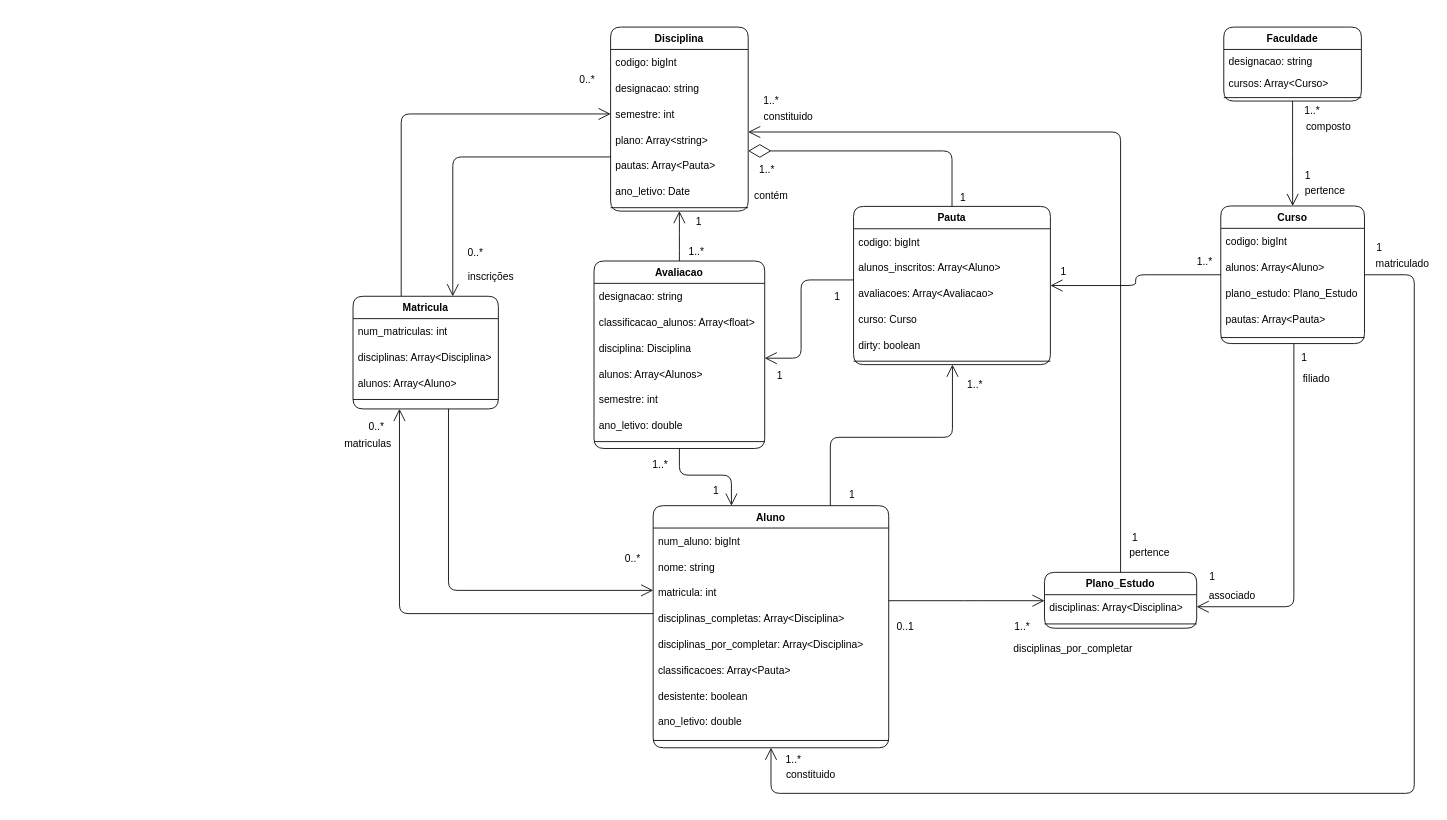
ruimpcastro/pweb2022 keeps this draw.io diagram as page "Domain" (1 of 2) of Docs/Diagrams.drawio. Above is the earlier version. Source tidied: cells renumbered, new cells numbered last; positions are measured from the earlier drawing's top-left corner, leaving out a move shared by most shapes. Both pictures are drawn from the tidied source at 86%, with x=0, y=0 at pixel (339, 27).
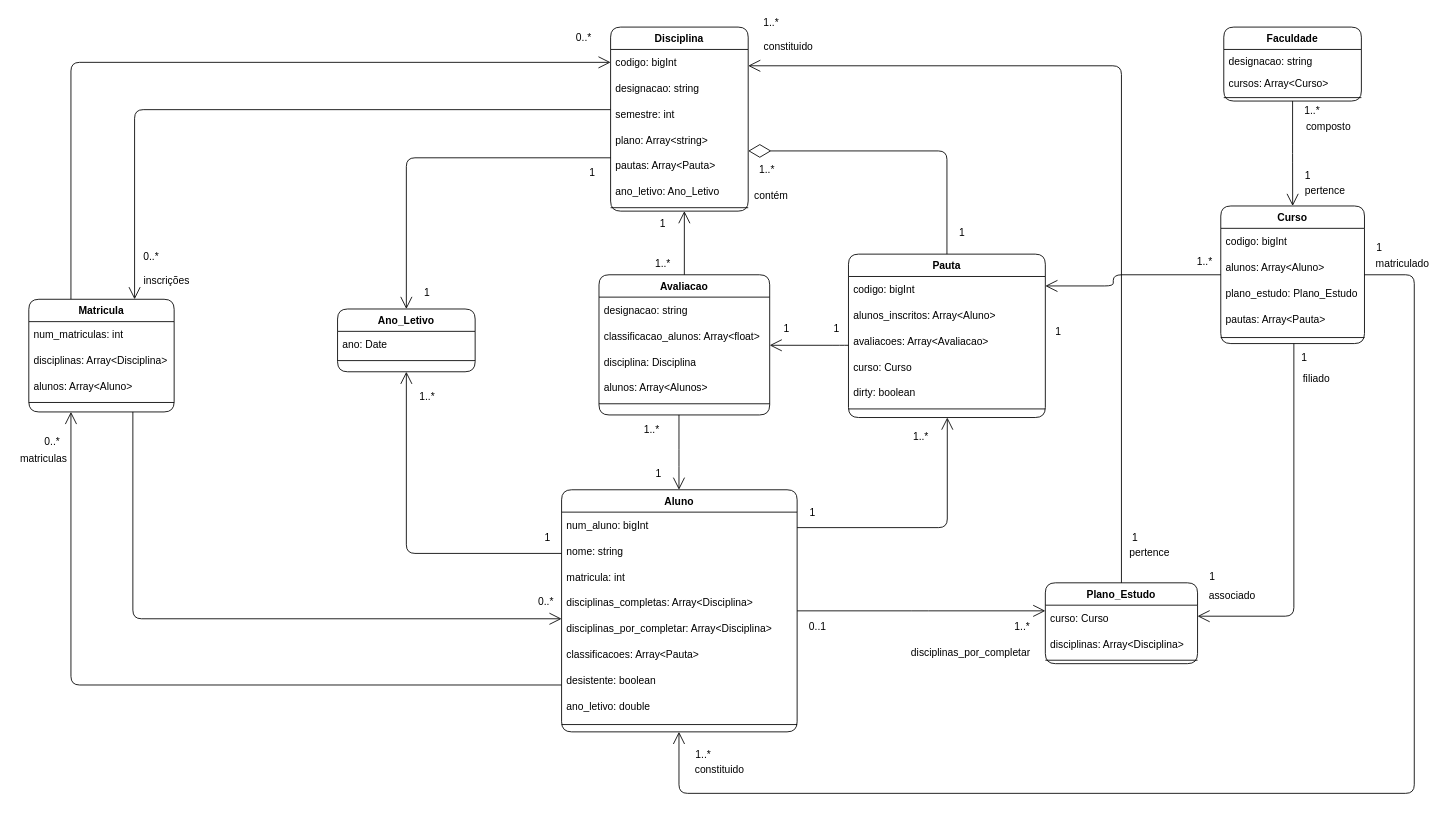
The same diagram, later.

Unchanged cells that the change refers to:
```xml
<mxCell id="12" value="Disciplina" style="swimlane;fontStyle=1;align=center;verticalAlign=top;horizontal=1;startSize=26;shadow=0;strokeWidth=1;rounded=1;" parent="1" vertex="1">
  <mxGeometry x="315.5" width="160" height="214" as="geometry" />
</mxCell>
<mxCell id="20" value="Curso" style="swimlane;fontStyle=1;align=center;verticalAlign=top;horizontal=1;startSize=26;shadow=0;strokeWidth=1;rounded=1;" parent="1" vertex="1">
  <mxGeometry x="1025" y="208" width="167.1" height="160" as="geometry" />
</mxCell>
```

The edit, as a diff of the source:
```diff
@@
     <mxCell id="2" value="Aluno" style="swimlane;fontStyle=1;align=center;verticalAlign=top;horizontal=1;startSize=26;shadow=0;strokeWidth=1;rounded=1;" parent="1" vertex="1">
-      <mxGeometry x="365" y="556.5" width="273.9" height="281.5" as="geometry" />
+      <mxGeometry x="258.5" y="538" width="273.9" height="281.5" as="geometry" />
     </mxCell>
@@
-    <mxCell id="18" value="ano_letivo: Date" style="text;strokeColor=none;fillColor=none;align=left;verticalAlign=middle;spacingLeft=4;spacingRight=4;overflow=hidden;rounded=1;" parent="12" vertex="1">
-      <mxGeometry y="176" width="160" height="30" as="geometry" />
-    </mxCell>
+    <mxCell id="106" value="ano_letivo: Ano_Letivo" style="text;strokeColor=none;fillColor=none;align=left;verticalAlign=middle;spacingLeft=4;spacingRight=4;overflow=hidden;rounded=1;" parent="12" vertex="1">
+      <mxGeometry y="176" width="160" height="30" as="geometry" />
+    </mxCell>
@@
     <mxCell id="26" value="Plano_Estudo" style="swimlane;fontStyle=1;align=center;verticalAlign=top;horizontal=1;startSize=26;shadow=0;strokeWidth=1;rounded=1;" parent="1" vertex="1">
-      <mxGeometry x="820" y="634" width="177" height="65" as="geometry" />
+      <mxGeometry x="821" y="646.2" width="177" height="94" as="geometry" />
     </mxCell>
+    <mxCell id="107" value="curso: Curso" style="text;strokeColor=none;fillColor=none;align=left;verticalAlign=middle;spacingLeft=4;spacingRight=4;overflow=hidden;rounded=1;" parent="26" vertex="1">
+      <mxGeometry y="26" width="177" height="30" as="geometry" />
+    </mxCell>
     <mxCell id="27" value="disciplinas: Array&lt;Disciplina&gt;" style="text;strokeColor=none;fillColor=none;align=left;verticalAlign=middle;spacingLeft=4;spacingRight=4;overflow=hidden;rounded=1;" parent="26" vertex="1">
-      <mxGeometry y="26" width="177" height="30" as="geometry" />
+      <mxGeometry y="56" width="177" height="30" as="geometry" />
     </mxCell>
     <mxCell id="28" style="line;html=1;strokeWidth=1;align=left;verticalAlign=middle;spacingTop=-1;spacingLeft=3;spacingRight=3;labelPosition=right;rounded=1;" parent="26" vertex="1">
-      <mxGeometry y="56" width="177" height="8" as="geometry" />
+      <mxGeometry y="86" width="177" height="8" as="geometry" />
     </mxCell>
     <mxCell id="29" style="endArrow=open;endFill=1;endSize=12;html=1;edgeStyle=orthogonalEdgeStyle;" parent="1" edge="1" source="26" target="12">
       <mxGeometry relative="1" as="geometry">
         <Array as="points">
-          <mxPoint x="908" y="122" />
+          <mxPoint x="909" y="45" />
         </Array>
       </mxGeometry>
     </mxCell>
     <mxCell id="30" style="endArrow=open;endFill=1;endSize=12;html=1;edgeStyle=orthogonalEdgeStyle;" parent="1" edge="1" source="20" target="26">
       <mxGeometry relative="1" as="geometry">
         <Array as="points">
-          <mxPoint x="1110" y="674" />
+          <mxPoint x="1110" y="685" />
         </Array>
       </mxGeometry>
     </mxCell>
     <mxCell id="31" value="Pauta" style="swimlane;fontStyle=1;align=center;verticalAlign=top;horizontal=1;startSize=26;shadow=0;strokeWidth=1;rounded=1;" parent="1" vertex="1">
-      <mxGeometry x="598" y="208.5" width="228.9" height="184" as="geometry" />
+      <mxGeometry x="592.1" y="264" width="228.9" height="190" as="geometry" />
     </mxCell>
@@
     <mxCell id="38" style="endArrow=open;endFill=1;endSize=12;html=1;edgeStyle=orthogonalEdgeStyle;" parent="1" edge="1" source="40" target="12">
       <mxGeometry relative="1" as="geometry">
         <Array as="points">
-          <mxPoint x="72" y="101" />
+          <mxPoint x="-312" y="41" />
         </Array>
       </mxGeometry>
     </mxCell>
     <mxCell id="39" style="endArrow=open;endFill=1;endSize=12;html=1;edgeStyle=orthogonalEdgeStyle;strokeColor=default;" parent="1" edge="1" source="20" target="2">
       <mxGeometry relative="1" as="geometry">
         <Array as="points">
           <mxPoint x="1250" y="288" />
           <mxPoint x="1250" y="891" />
-          <mxPoint x="502" y="891" />
+          <mxPoint x="395" y="891" />
         </Array>
       </mxGeometry>
     </mxCell>
     <mxCell id="40" value="Matricula" style="swimlane;fontStyle=1;align=center;verticalAlign=top;horizontal=1;startSize=26;shadow=0;strokeWidth=1;rounded=1;" parent="1" vertex="1">
-      <mxGeometry x="16" y="313" width="169" height="131" as="geometry" />
+      <mxGeometry x="-361" y="316.5" width="169" height="131" as="geometry" />
     </mxCell>
@@
     <mxCell id="50" value="Avaliacao" style="swimlane;fontStyle=1;align=center;verticalAlign=top;horizontal=1;startSize=26;shadow=0;strokeWidth=1;rounded=1;" parent="1" vertex="1">
-      <mxGeometry x="296.2" y="272" width="198.5" height="218" as="geometry" />
+      <mxGeometry x="302" y="288" width="198.5" height="163" as="geometry" />
     </mxCell>
@@
-    <mxCell id="55" value="semestre: int" style="text;strokeColor=none;fillColor=none;align=left;verticalAlign=middle;spacingLeft=4;spacingRight=4;overflow=hidden;rounded=1;" parent="50" vertex="1">
-      <mxGeometry y="146" width="198.5" height="30" as="geometry" />
-    </mxCell>
-    <mxCell id="56" value="ano_letivo: double" style="text;strokeColor=none;fillColor=none;align=left;verticalAlign=middle;spacingLeft=4;spacingRight=4;overflow=hidden;rounded=1;" parent="50" vertex="1">
-      <mxGeometry y="176" width="198.5" height="30" as="geometry" />
-    </mxCell>
     <mxCell id="57" style="line;html=1;strokeWidth=1;align=left;verticalAlign=middle;spacingTop=-1;spacingLeft=3;spacingRight=3;labelPosition=right;rounded=1;" parent="50" vertex="1">
-      <mxGeometry y="206" width="198.5" height="8" as="geometry" />
+      <mxGeometry y="146" width="198.5" height="8" as="geometry" />
     </mxCell>
     <mxCell id="58" style="endArrow=open;endFill=1;endSize=12;html=1;edgeStyle=orthogonalEdgeStyle;" parent="1" edge="1" source="31" target="50">
       <mxGeometry relative="1" as="geometry">
         <Array as="points">
-          <mxPoint x="537" y="294" />
-          <mxPoint x="537" y="385" />
+          <mxPoint x="583" y="370" />
+          <mxPoint x="583" y="370" />
         </Array>
       </mxGeometry>
     </mxCell>
     <mxCell id="59" style="endArrow=open;endFill=1;endSize=12;html=1;rounded=1;strokeColor=default;edgeStyle=orthogonalEdgeStyle;" parent="1" edge="1" source="40" target="2">
       <mxGeometry relative="1" as="geometry">
         <Array as="points">
-          <mxPoint x="127" y="655" />
+          <mxPoint x="-240" y="688" />
         </Array>
       </mxGeometry>
     </mxCell>
     <mxCell id="60" style="endArrow=open;endFill=1;endSize=12;html=1;rounded=1;strokeColor=default;edgeStyle=orthogonalEdgeStyle;" parent="1" edge="1" source="50" target="12">
       <mxGeometry relative="1" as="geometry">
         <Array as="points">
-          <mxPoint x="395" y="250" />
-          <mxPoint x="395" y="250" />
+          <mxPoint x="401" y="329" />
+          <mxPoint x="401" y="329" />
         </Array>
       </mxGeometry>
     </mxCell>
     <mxCell id="61" style="endArrow=open;endFill=1;endSize=12;html=1;rounded=1;strokeColor=default;edgeStyle=orthogonalEdgeStyle;" parent="1" edge="1" source="50" target="2">
       <mxGeometry relative="1" as="geometry">
         <Array as="points">
-          <mxPoint x="396" y="521" />
-          <mxPoint x="456" y="521" />
+          <mxPoint x="395" y="501" />
+          <mxPoint x="395" y="501" />
         </Array>
       </mxGeometry>
     </mxCell>
     <mxCell id="62" style="endArrow=open;endFill=1;endSize=12;html=1;rounded=1;edgeStyle=orthogonalEdgeStyle;" parent="1" edge="1" source="2" target="26">
       <mxGeometry relative="1" as="geometry">
         <Array as="points">
-          <mxPoint x="736" y="667" />
-          <mxPoint x="736" y="667" />
+          <mxPoint x="675" y="679" />
+          <mxPoint x="675" y="679" />
         </Array>
       </mxGeometry>
     </mxCell>
     <mxCell id="63" style="endArrow=open;endFill=1;endSize=12;html=1;rounded=1;edgeStyle=orthogonalEdgeStyle;" parent="1" edge="1" source="20" target="31">
-      <mxGeometry relative="1" as="geometry" />
+      <mxGeometry relative="1" as="geometry">
+        <Array as="points">
+          <mxPoint x="900" y="288" />
+          <mxPoint x="900" y="301" />
+        </Array>
+      </mxGeometry>
     </mxCell>
     <mxCell id="64" style="endArrow=open;endFill=1;endSize=12;html=1;rounded=1;edgeStyle=orthogonalEdgeStyle;" parent="1" edge="1" source="2" target="40">
       <mxGeometry relative="1" as="geometry">
         <Array as="points">
-          <mxPoint x="70" y="682" />
+          <mxPoint x="-312" y="765" />
         </Array>
       </mxGeometry>
     </mxCell>
     <mxCell id="65" style="endArrow=diamondThin;endFill=0;endSize=24;html=1;edgeStyle=orthogonalEdgeStyle;rounded=1;" parent="1" edge="1" source="31" target="12">
       <mxGeometry relative="1" as="geometry">
         <Array as="points">
-          <mxPoint x="713" y="144" />
+          <mxPoint x="707" y="144" />
         </Array>
       </mxGeometry>
     </mxCell>
@@
     <mxCell id="76" value="constituido" style="text;html=1;align=center;verticalAlign=middle;strokeColor=none;fillColor=none;" parent="1" vertex="1">
-      <mxGeometry x="514" y="861" width="67" height="18" as="geometry" />
+      <mxGeometry x="408.5" y="855" width="67" height="18" as="geometry" />
     </mxCell>
     <mxCell id="77" value="1..*" style="text;html=1;align=center;verticalAlign=middle;strokeColor=none;fillColor=none;" parent="1" vertex="1">
-      <mxGeometry x="514" y="843" width="28" height="18" as="geometry" />
+      <mxGeometry x="408.5" y="837" width="28" height="18" as="geometry" />
     </mxCell>
@@
     <mxCell id="79" value="1..*" style="text;html=1;align=center;verticalAlign=middle;strokeColor=none;fillColor=none;" parent="1" vertex="1">
-      <mxGeometry x="488" y="77" width="28" height="18" as="geometry" />
+      <mxGeometry x="488" y="-14" width="28" height="18" as="geometry" />
     </mxCell>
     <mxCell id="80" value="constituido" style="text;html=1;align=center;verticalAlign=middle;strokeColor=none;fillColor=none;" parent="1" vertex="1">
-      <mxGeometry x="488" y="95" width="67" height="18" as="geometry" />
+      <mxGeometry x="488" y="14" width="67" height="18" as="geometry" />
     </mxCell>
@@
     <mxCell id="83" value="disciplinas_por_completar" style="text;html=1;align=center;verticalAlign=middle;strokeColor=none;fillColor=none;" parent="1" vertex="1">
-      <mxGeometry x="778" y="714" width="149" height="18" as="geometry" />
+      <mxGeometry x="659" y="719" width="149" height="18" as="geometry" />
     </mxCell>
     <mxCell id="84" value="0..*" style="text;html=1;align=center;verticalAlign=middle;strokeColor=none;fillColor=none;" parent="1" vertex="1">
-      <mxGeometry x="29" y="456" width="28" height="18" as="geometry" />
+      <mxGeometry x="-348" y="473" width="28" height="18" as="geometry" />
     </mxCell>
     <mxCell id="85" value="matriculas" style="text;html=1;align=center;verticalAlign=middle;strokeColor=none;fillColor=none;" parent="1" vertex="1">
-      <mxGeometry y="476" width="65" height="18" as="geometry" />
+      <mxGeometry x="-377" y="493" width="65" height="18" as="geometry" />
     </mxCell>
     <mxCell id="86" value="0..*" style="text;html=1;align=center;verticalAlign=middle;strokeColor=none;fillColor=none;" parent="1" vertex="1">
-      <mxGeometry x="327" y="610" width="28" height="18" as="geometry" />
+      <mxGeometry x="225.5" y="659" width="28" height="18" as="geometry" />
     </mxCell>
     <mxCell id="87" value="0..*" style="text;html=1;align=center;verticalAlign=middle;strokeColor=none;fillColor=none;" parent="1" vertex="1">
-      <mxGeometry x="144" y="254" width="28" height="18" as="geometry" />
+      <mxGeometry x="-233" y="257.5" width="28" height="18" as="geometry" />
     </mxCell>
     <mxCell id="88" value="inscrições" style="text;html=1;align=center;verticalAlign=middle;strokeColor=none;fillColor=none;" parent="1" vertex="1">
-      <mxGeometry x="144" y="282" width="63" height="18" as="geometry" />
+      <mxGeometry x="-233" y="285.5" width="63" height="18" as="geometry" />
     </mxCell>
     <mxCell id="89" style="endArrow=open;endFill=1;endSize=12;html=1;rounded=1;strokeColor=default;edgeStyle=orthogonalEdgeStyle;" parent="1" edge="1" source="12" target="40">
       <mxGeometry relative="1" as="geometry">
         <Array as="points">
-          <mxPoint x="132" y="151" />
+          <mxPoint x="-238" y="96" />
         </Array>
       </mxGeometry>
     </mxCell>
     <mxCell id="90" value="0..*" style="text;html=1;align=center;verticalAlign=middle;strokeColor=none;fillColor=none;" parent="1" vertex="1">
-      <mxGeometry x="274" y="53" width="28" height="18" as="geometry" />
+      <mxGeometry x="270" y="4" width="28" height="18" as="geometry" />
     </mxCell>
     <mxCell id="91" value="1..*" style="text;html=1;align=center;verticalAlign=middle;strokeColor=none;fillColor=none;" parent="1" vertex="1">
-      <mxGeometry x="401" y="253" width="28" height="18" as="geometry" />
+      <mxGeometry x="362" y="266" width="28" height="18" as="geometry" />
     </mxCell>
     <mxCell id="92" value="1" style="text;html=1;align=center;verticalAlign=middle;strokeColor=none;fillColor=none;" parent="1" vertex="1">
-      <mxGeometry x="409" y="218" width="17" height="18" as="geometry" />
+      <mxGeometry x="367.5" y="220" width="17" height="18" as="geometry" />
     </mxCell>
     <mxCell id="93" value="1..*" style="text;html=1;align=center;verticalAlign=middle;strokeColor=none;fillColor=none;" parent="1" vertex="1">
-      <mxGeometry x="359" y="500" width="28" height="18" as="geometry" />
+      <mxGeometry x="349" y="459.5" width="28" height="18" as="geometry" />
     </mxCell>
     <mxCell id="94" value="1" style="text;html=1;align=center;verticalAlign=middle;strokeColor=none;fillColor=none;" parent="1" vertex="1">
-      <mxGeometry x="429" y="530" width="17" height="18" as="geometry" />
+      <mxGeometry x="362" y="511" width="17" height="18" as="geometry" />
     </mxCell>
     <mxCell id="95" value="1" style="text;html=1;align=center;verticalAlign=middle;strokeColor=none;fillColor=none;" parent="1" vertex="1">
-      <mxGeometry x="570" y="305" width="17" height="18" as="geometry" />
+      <mxGeometry x="569" y="342" width="17" height="18" as="geometry" />
     </mxCell>
     <mxCell id="96" value="1" style="text;html=1;align=center;verticalAlign=middle;strokeColor=none;fillColor=none;" parent="1" vertex="1">
-      <mxGeometry x="503" y="397" width="17" height="18" as="geometry" />
+      <mxGeometry x="511" y="342" width="17" height="18" as="geometry" />
     </mxCell>
@@
     <mxCell id="98" value="1..*" style="text;html=1;align=center;verticalAlign=middle;strokeColor=none;fillColor=none;" parent="1" vertex="1">
-      <mxGeometry x="725" y="407" width="28" height="18" as="geometry" />
+      <mxGeometry x="662" y="468" width="28" height="18" as="geometry" />
     </mxCell>
     <mxCell id="99" value="1" style="text;html=1;align=center;verticalAlign=middle;strokeColor=none;fillColor=none;" parent="1" vertex="1">
-      <mxGeometry x="716" y="190" width="17" height="18" as="geometry" />
+      <mxGeometry x="715" y="230" width="17" height="18" as="geometry" />
     </mxCell>
     <mxCell id="100" value="1" style="text;html=1;align=center;verticalAlign=middle;strokeColor=none;fillColor=none;" parent="1" vertex="1">
-      <mxGeometry x="587" y="535" width="17" height="18" as="geometry" />
+      <mxGeometry x="541" y="556" width="17" height="18" as="geometry" />
     </mxCell>
@@
     <mxCell id="102" style="endArrow=open;endFill=1;endSize=12;html=1;rounded=1;edgeStyle=orthogonalEdgeStyle;" parent="1" edge="1" source="2" target="31">
       <mxGeometry relative="1" as="geometry">
         <Array as="points">
-          <mxPoint x="571" y="477" />
-          <mxPoint x="713" y="477" />
+          <mxPoint x="707" y="582" />
         </Array>
       </mxGeometry>
     </mxCell>
@@
     <mxCell id="104" value="1" style="text;html=1;align=center;verticalAlign=middle;strokeColor=none;fillColor=none;fontColor=default;" parent="1" vertex="1">
-      <mxGeometry x="833" y="276" width="17" height="18" as="geometry" />
+      <mxGeometry x="827" y="346" width="17" height="18" as="geometry" />
     </mxCell>
     <mxCell id="105" value="0..1" style="text;html=1;align=center;verticalAlign=middle;strokeColor=none;fillColor=none;fontColor=default;" parent="1" vertex="1">
-      <mxGeometry x="643" y="688.2" width="30" height="18" as="geometry" />
+      <mxGeometry x="541" y="688.2" width="30" height="18" as="geometry" />
     </mxCell>
+    <mxCell id="108" value="Ano_Letivo" style="swimlane;fontStyle=1;align=center;verticalAlign=top;horizontal=1;startSize=26;shadow=0;strokeWidth=1;rounded=1;" parent="1" vertex="1">
+      <mxGeometry x="-2" y="327.8" width="160" height="73" as="geometry" />
+    </mxCell>
+    <mxCell id="109" value="ano: Date" style="text;strokeColor=none;fillColor=none;align=left;verticalAlign=middle;spacingLeft=4;spacingRight=4;overflow=hidden;rounded=1;" parent="108" vertex="1">
+      <mxGeometry y="26" width="160" height="30" as="geometry" />
+    </mxCell>
+    <mxCell id="110" style="line;html=1;strokeWidth=1;align=left;verticalAlign=middle;spacingTop=-1;spacingLeft=3;spacingRight=3;labelPosition=right;rounded=1;" parent="108" vertex="1">
+      <mxGeometry y="56" width="160" height="8" as="geometry" />
+    </mxCell>
+    <mxCell id="111" style="endArrow=open;endFill=1;endSize=12;html=1;rounded=1;edgeStyle=orthogonalEdgeStyle;" parent="1" edge="1" source="2" target="108">
+      <mxGeometry relative="1" as="geometry">
+        <Array as="points">
+          <mxPoint x="78" y="612" />
+        </Array>
+      </mxGeometry>
+    </mxCell>
+    <mxCell id="112" style="endArrow=open;endFill=1;endSize=12;html=1;rounded=1;edgeStyle=orthogonalEdgeStyle;" parent="1" edge="1" source="12" target="108">
+      <mxGeometry relative="1" as="geometry">
+        <Array as="points">
+          <mxPoint x="78" y="152" />
+        </Array>
+      </mxGeometry>
+    </mxCell>
+    <mxCell id="113" value="1..*" style="text;html=1;align=center;verticalAlign=middle;strokeColor=none;fillColor=none;" parent="1" vertex="1">
+      <mxGeometry x="87.5" y="420.8" width="28" height="18" as="geometry" />
+    </mxCell>
+    <mxCell id="114" value="1" style="text;html=1;align=center;verticalAlign=middle;strokeColor=none;fillColor=none;" parent="1" vertex="1">
+      <mxGeometry x="233" y="585" width="17" height="18" as="geometry" />
+    </mxCell>
+    <mxCell id="115" value="1" style="text;html=1;align=center;verticalAlign=middle;strokeColor=none;fillColor=none;" parent="1" vertex="1">
+      <mxGeometry x="285" y="161" width="17" height="18" as="geometry" />
+    </mxCell>
+    <mxCell id="116" value="1" style="text;html=1;align=center;verticalAlign=middle;strokeColor=none;fillColor=none;" parent="1" vertex="1">
+      <mxGeometry x="93" y="300.2" width="17" height="18" as="geometry" />
+    </mxCell>
```
